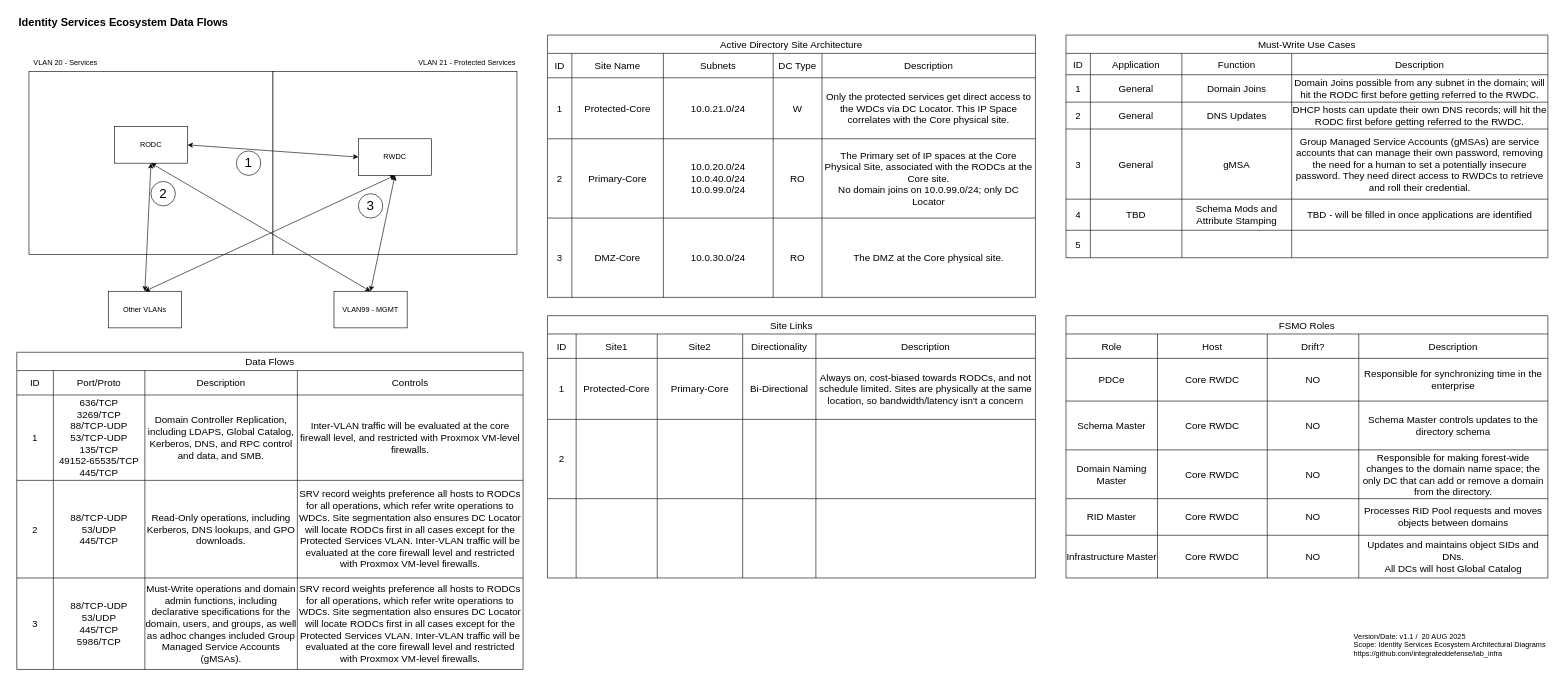
This is page "Page-1" (1 of 2) of diagrams/Subsystems/Identity Services.drawio from jamesbthomas/lab_infra, a draw.io file, before an edit. Source tidied: cells renumbered, new cells numbered last; positions are measured from the earlier drawing's top-left corner, leaving out a move shared by most shapes. Both pictures are drawn from the tidied source at 61%, with x=0, y=0 at pixel (10, 10).
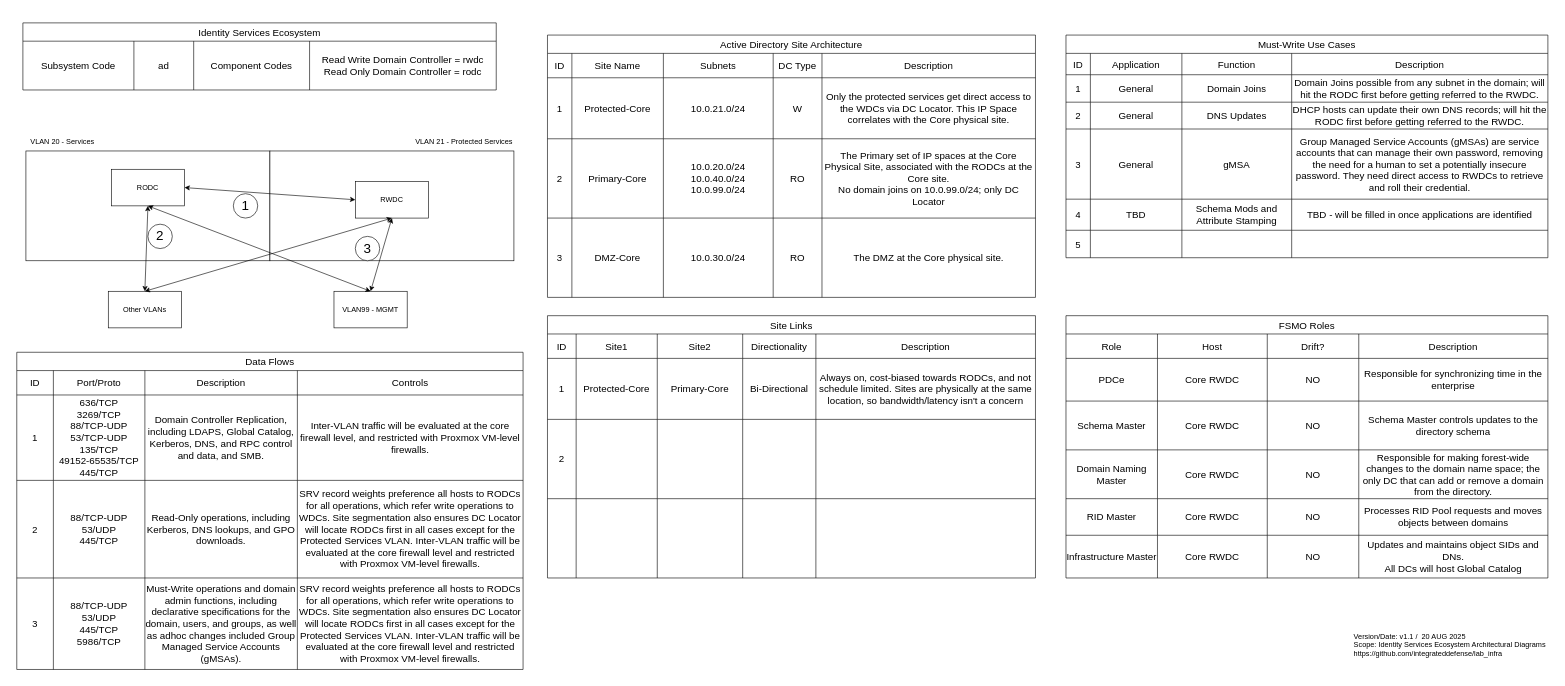
Above is the later version.

Unchanged cells that the change refers to:
```xml
<mxCell id="12" value="VLAN99 - MGMT" style="rounded=0;whiteSpace=wrap;html=1;" parent="1" vertex="1">
  <mxGeometry x="530" y="460" width="120" height="60" as="geometry" />
</mxCell>
```

Diff of the diagram source:
```diff
@@
-    <mxCell id="3" value="Identity Services Ecosystem Data Flows" style="text;html=1;align=center;verticalAlign=middle;whiteSpace=wrap;rounded=0;fontSize=18;fontStyle=1;" parent="1" vertex="1">
-      <mxGeometry width="370" height="40" as="geometry" />
-    </mxCell>
     <mxCell id="4" style="rounded=0;whiteSpace=wrap;html=1;" parent="1" vertex="1">
-      <mxGeometry x="30" y="100" width="400" height="300" as="geometry" />
+      <mxGeometry x="25" y="230" width="400" height="180" as="geometry" />
     </mxCell>
     <mxCell id="5" value="VLAN 20 - Services" style="text;html=1;align=center;verticalAlign=middle;whiteSpace=wrap;rounded=0;" parent="1" vertex="1">
-      <mxGeometry x="30" y="70" width="120" height="30" as="geometry" />
+      <mxGeometry x="25" y="200" width="120" height="30" as="geometry" />
     </mxCell>
     <mxCell id="6" style="rounded=0;whiteSpace=wrap;html=1;" parent="1" vertex="1">
-      <mxGeometry x="430" y="100" width="400" height="300" as="geometry" />
+      <mxGeometry x="425" y="230" width="400" height="180" as="geometry" />
     </mxCell>
     <mxCell id="7" value="VLAN 21 - Protected Services" style="text;html=1;align=right;verticalAlign=middle;whiteSpace=wrap;rounded=0;" parent="1" vertex="1">
-      <mxGeometry x="620" y="70" width="210" height="30" as="geometry" />
+      <mxGeometry x="615" y="200" width="210" height="30" as="geometry" />
     </mxCell>
     <mxCell id="8" value="RODC" style="rounded=0;whiteSpace=wrap;html=1;" parent="1" vertex="1">
-      <mxGeometry x="170" y="190" width="120" height="60" as="geometry" />
+      <mxGeometry x="165" y="260" width="120" height="60" as="geometry" />
     </mxCell>
     <mxCell id="9" value="RWDC" style="rounded=0;whiteSpace=wrap;html=1;" parent="1" vertex="1">
-      <mxGeometry x="570" y="210" width="120" height="60" as="geometry" />
+      <mxGeometry x="565" y="280" width="120" height="60" as="geometry" />
     </mxCell>
@@
-    <mxCell id="14" style="endArrow=classic;startArrow=classic;html=1;rounded=0;exitX=0.5;exitY=0;exitDx=0;exitDy=0;" parent="1" edge="1" source="12">
-      <mxGeometry relative="1" as="geometry">
-        <mxPoint x="630" y="270" as="targetPoint" />
-      </mxGeometry>
+    <mxCell id="14" style="endArrow=classic;startArrow=classic;html=1;rounded=0;exitX=0.5;exitY=0;exitDx=0;exitDy=0;entryX=0.5;entryY=1;entryDx=0;entryDy=0;" parent="1" edge="1" source="12" target="9">
+      <mxGeometry relative="1" as="geometry" />
     </mxCell>
@@
     <mxCell id="36" value="1" style="ellipse;whiteSpace=wrap;html=1;fontSize=22;" parent="1" vertex="1">
-      <mxGeometry x="370" y="230" width="40" height="40" as="geometry" />
+      <mxGeometry x="365" y="300" width="40" height="40" as="geometry" />
     </mxCell>
     <mxCell id="37" value="2" style="ellipse;whiteSpace=wrap;html=1;fontSize=22;" parent="1" vertex="1">
-      <mxGeometry x="230" y="280" width="40" height="40" as="geometry" />
+      <mxGeometry x="225" y="350" width="40" height="40" as="geometry" />
     </mxCell>
     <mxCell id="38" value="3" style="ellipse;whiteSpace=wrap;html=1;fontSize=22;" parent="1" vertex="1">
-      <mxGeometry x="570" y="300" width="40" height="40" as="geometry" />
+      <mxGeometry x="565" y="370" width="40" height="40" as="geometry" />
     </mxCell>
@@
+    <mxCell id="153" value="Identity Services Ecosystem" style="shape=table;startSize=30;childLayout=tableLayout;strokeColor=default;fontSize=16;" parent="1" vertex="1">
+      <mxGeometry x="20" y="20" width="776" height="110" as="geometry" />
+    </mxCell>
+    <mxCell id="154" style="shape=tableRow;horizontal=0;startSize=0;swimlaneHead=0;swimlaneBody=0;strokeColor=inherit;top=0;left=0;bottom=0;right=0;fillColor=none;fontSize=16;" parent="153" vertex="1">
+      <mxGeometry y="30" width="776" height="80" as="geometry" />
+    </mxCell>
+    <mxCell id="155" value="Subsystem Code" style="shape=partialRectangle;html=1;whiteSpace=wrap;strokeColor=inherit;overflow=hidden;fillColor=none;top=0;left=0;bottom=0;right=0;fontSize=16;" parent="154" vertex="1">
+      <mxGeometry width="182" height="80" as="geometry" />
+    </mxCell>
+    <mxCell id="156" value="ad" style="shape=partialRectangle;html=1;whiteSpace=wrap;strokeColor=inherit;overflow=hidden;fillColor=none;top=0;left=0;bottom=0;right=0;fontSize=16;" parent="154" vertex="1">
+      <mxGeometry x="182" width="98" height="80" as="geometry" />
+    </mxCell>
+    <mxCell id="157" value="Component Codes" style="shape=partialRectangle;html=1;whiteSpace=wrap;strokeColor=inherit;overflow=hidden;fillColor=none;top=0;left=0;bottom=0;right=0;fontSize=16;" parent="154" vertex="1">
+      <mxGeometry x="280" width="190" height="80" as="geometry" />
+    </mxCell>
+    <mxCell id="158" value="Read Write Domain Controller = rwdc&lt;div&gt;Read Only Domain Controller = rodc&lt;/div&gt;" style="shape=partialRectangle;html=1;whiteSpace=wrap;strokeColor=inherit;overflow=hidden;fillColor=none;top=0;left=0;bottom=0;right=0;fontSize=16;" parent="154" vertex="1">
+      <mxGeometry x="470" width="306" height="80" as="geometry" />
+    </mxCell>
```
